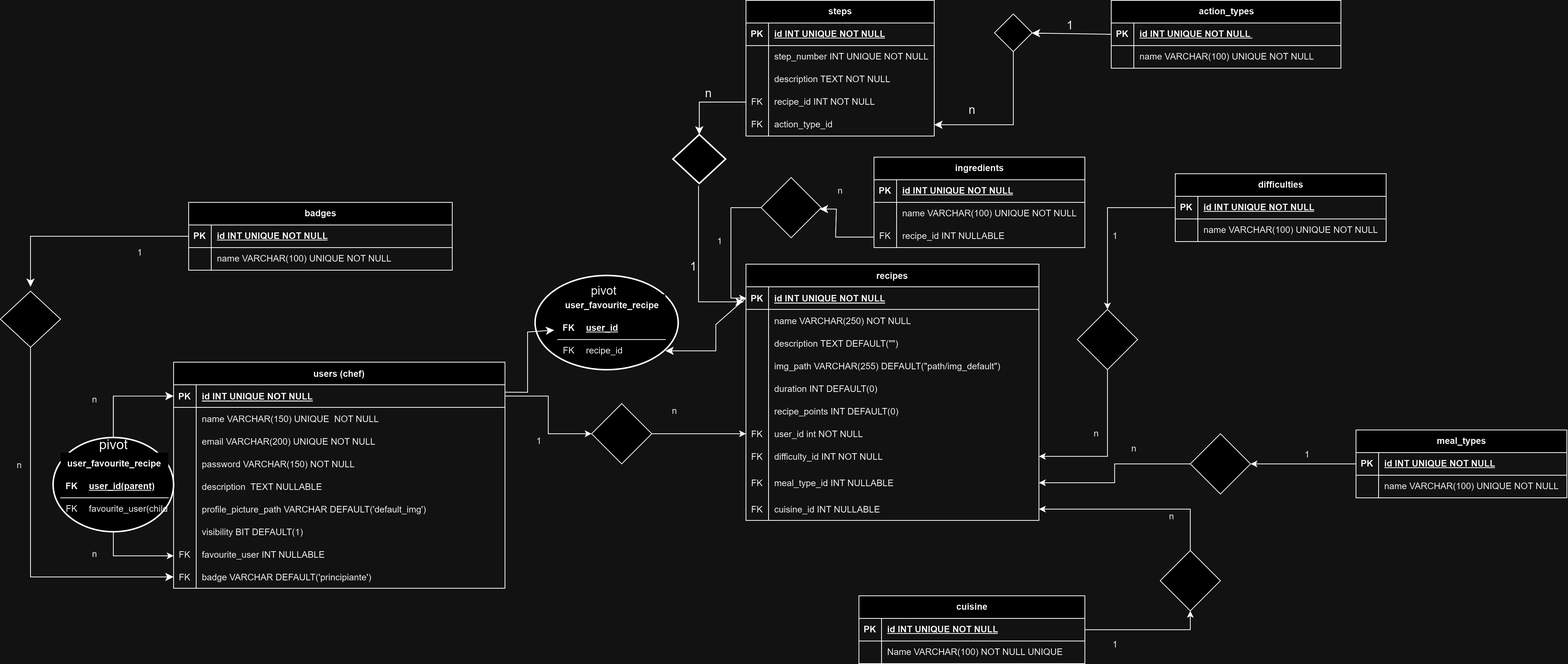
The draw.io diagram MyHomeChefER.png in leonardoserra/my_home_chef, before a commit. Source tidied: cells renumbered, new cells last; positions are measured from the earlier drawing's top-left corner, leaving out a move shared by most shapes.
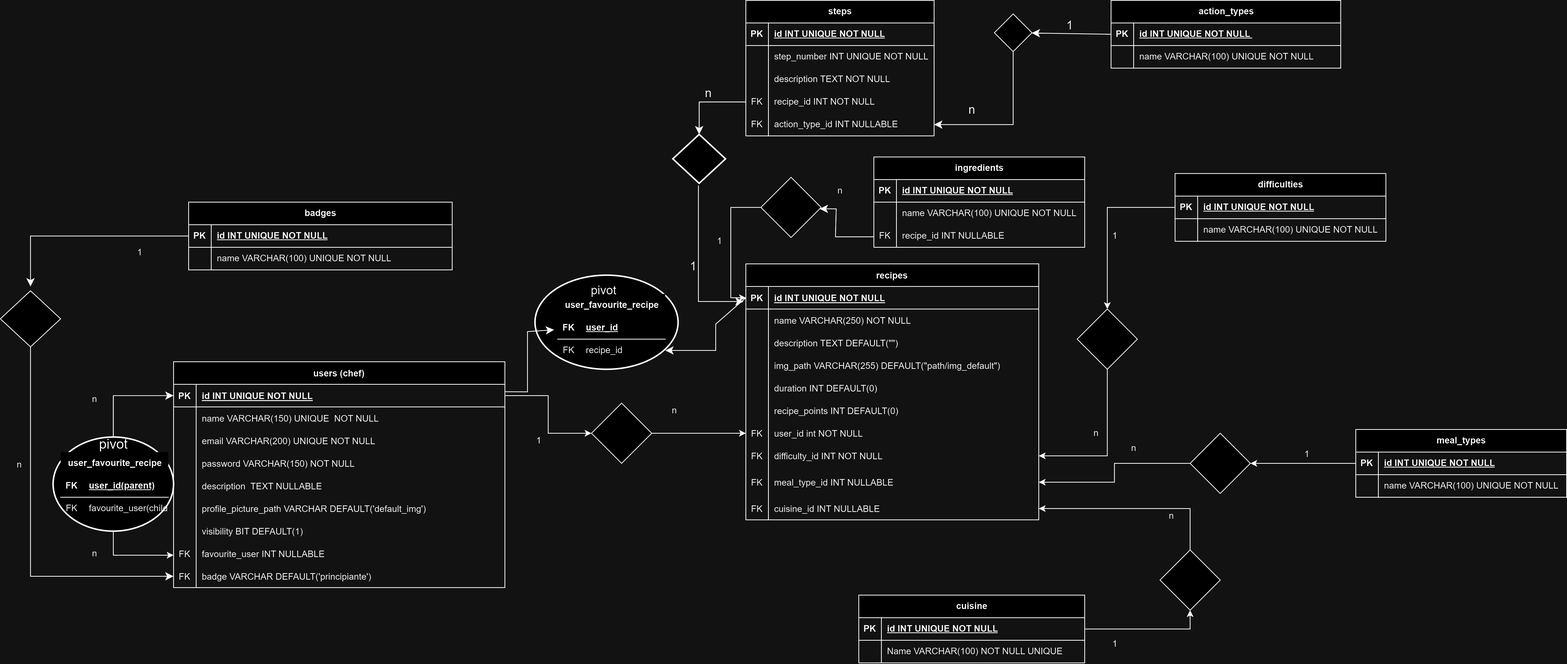
Later version of the same file.

Change to the diagram source:
```diff
@@ -487,7 +487,7 @@
     <mxCell id="150" value="FK" style="shape=partialRectangle;fillColor=none;top=0;left=0;bottom=0;right=0;overflow=hidden;whiteSpace=wrap;html=1;fontSize=12;" parent="149" vertex="1">
       <mxGeometry width="30" height="30" as="geometry" />
     </mxCell>
-    <mxCell id="151" value="action_type_id" style="shape=partialRectangle;fillColor=none;top=0;left=0;bottom=0;right=0;align=left;spacingLeft=6;overflow=hidden;whiteSpace=wrap;html=1;fontSize=12;" parent="149" vertex="1">
+    <mxCell id="151" value="action_type_id INT NULLABLE" style="shape=partialRectangle;fillColor=none;top=0;left=0;bottom=0;right=0;align=left;spacingLeft=6;overflow=hidden;whiteSpace=wrap;html=1;fontSize=12;" parent="149" vertex="1">
       <mxGeometry x="30" width="220" height="30" as="geometry" />
     </mxCell>
     <mxCell id="152" style="edgeStyle=none;rounded=0;jettySize=auto;html=1;fontSize=12;startSize=8;endSize=8;entryX=0.5;entryY=0;entryDx=0;entryDy=0;entryPerimeter=0;" parent="1" edge="1" source="146" target="154">
```
